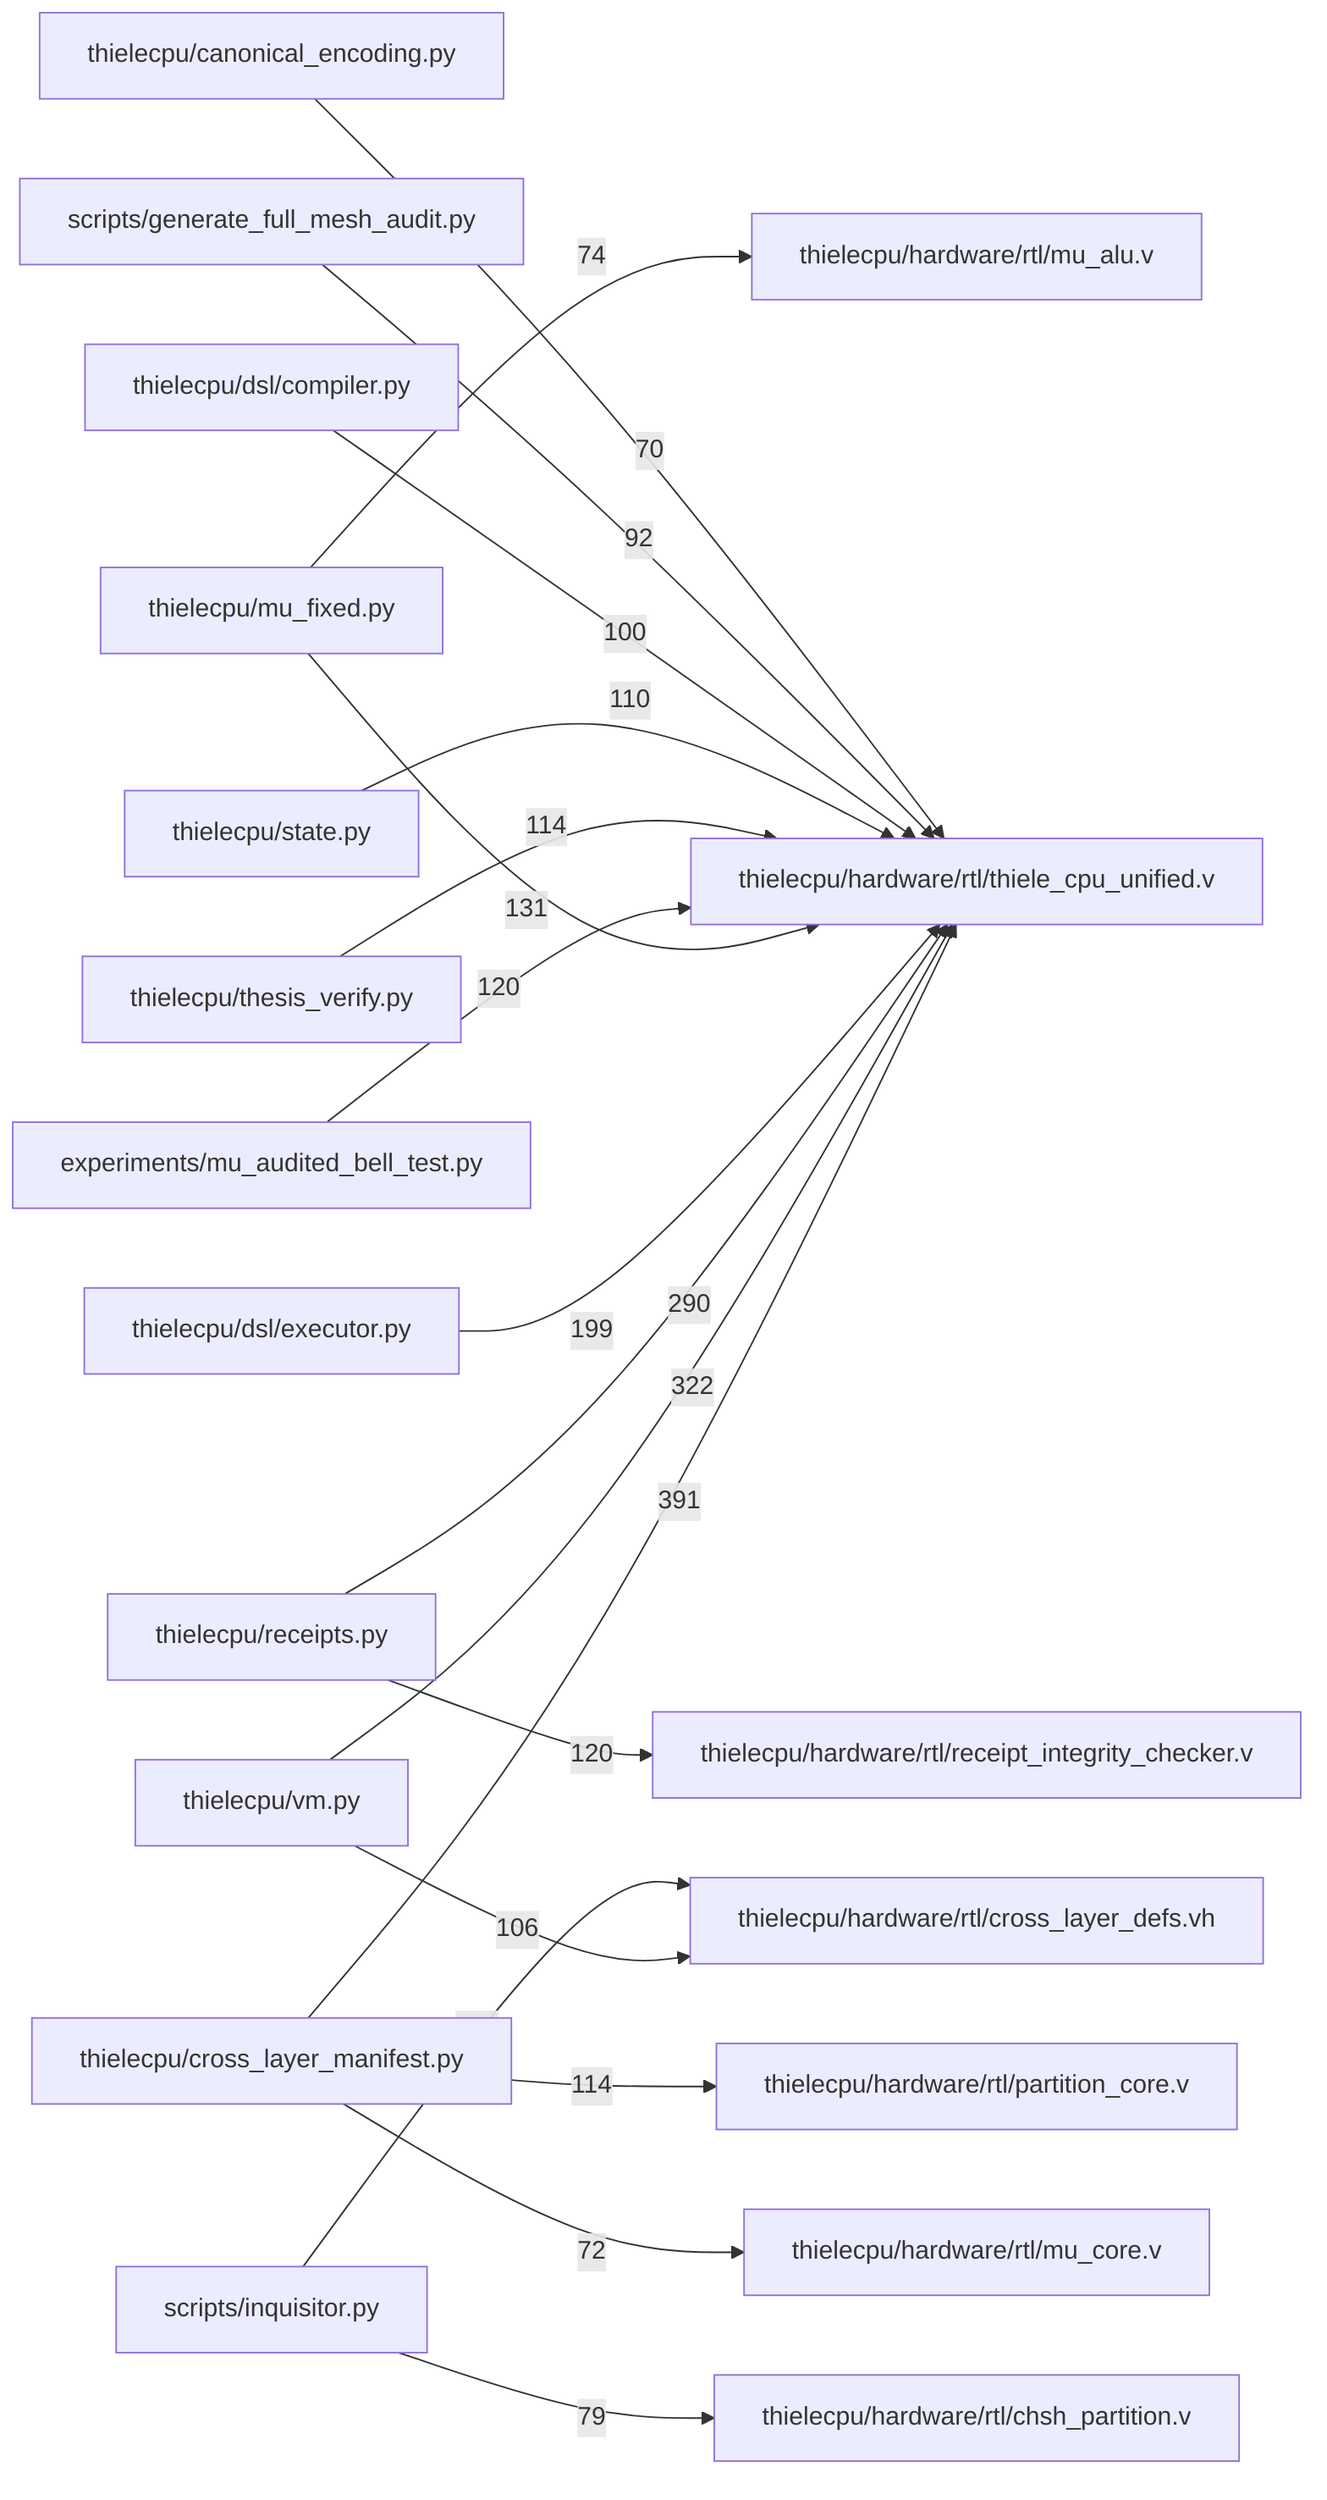
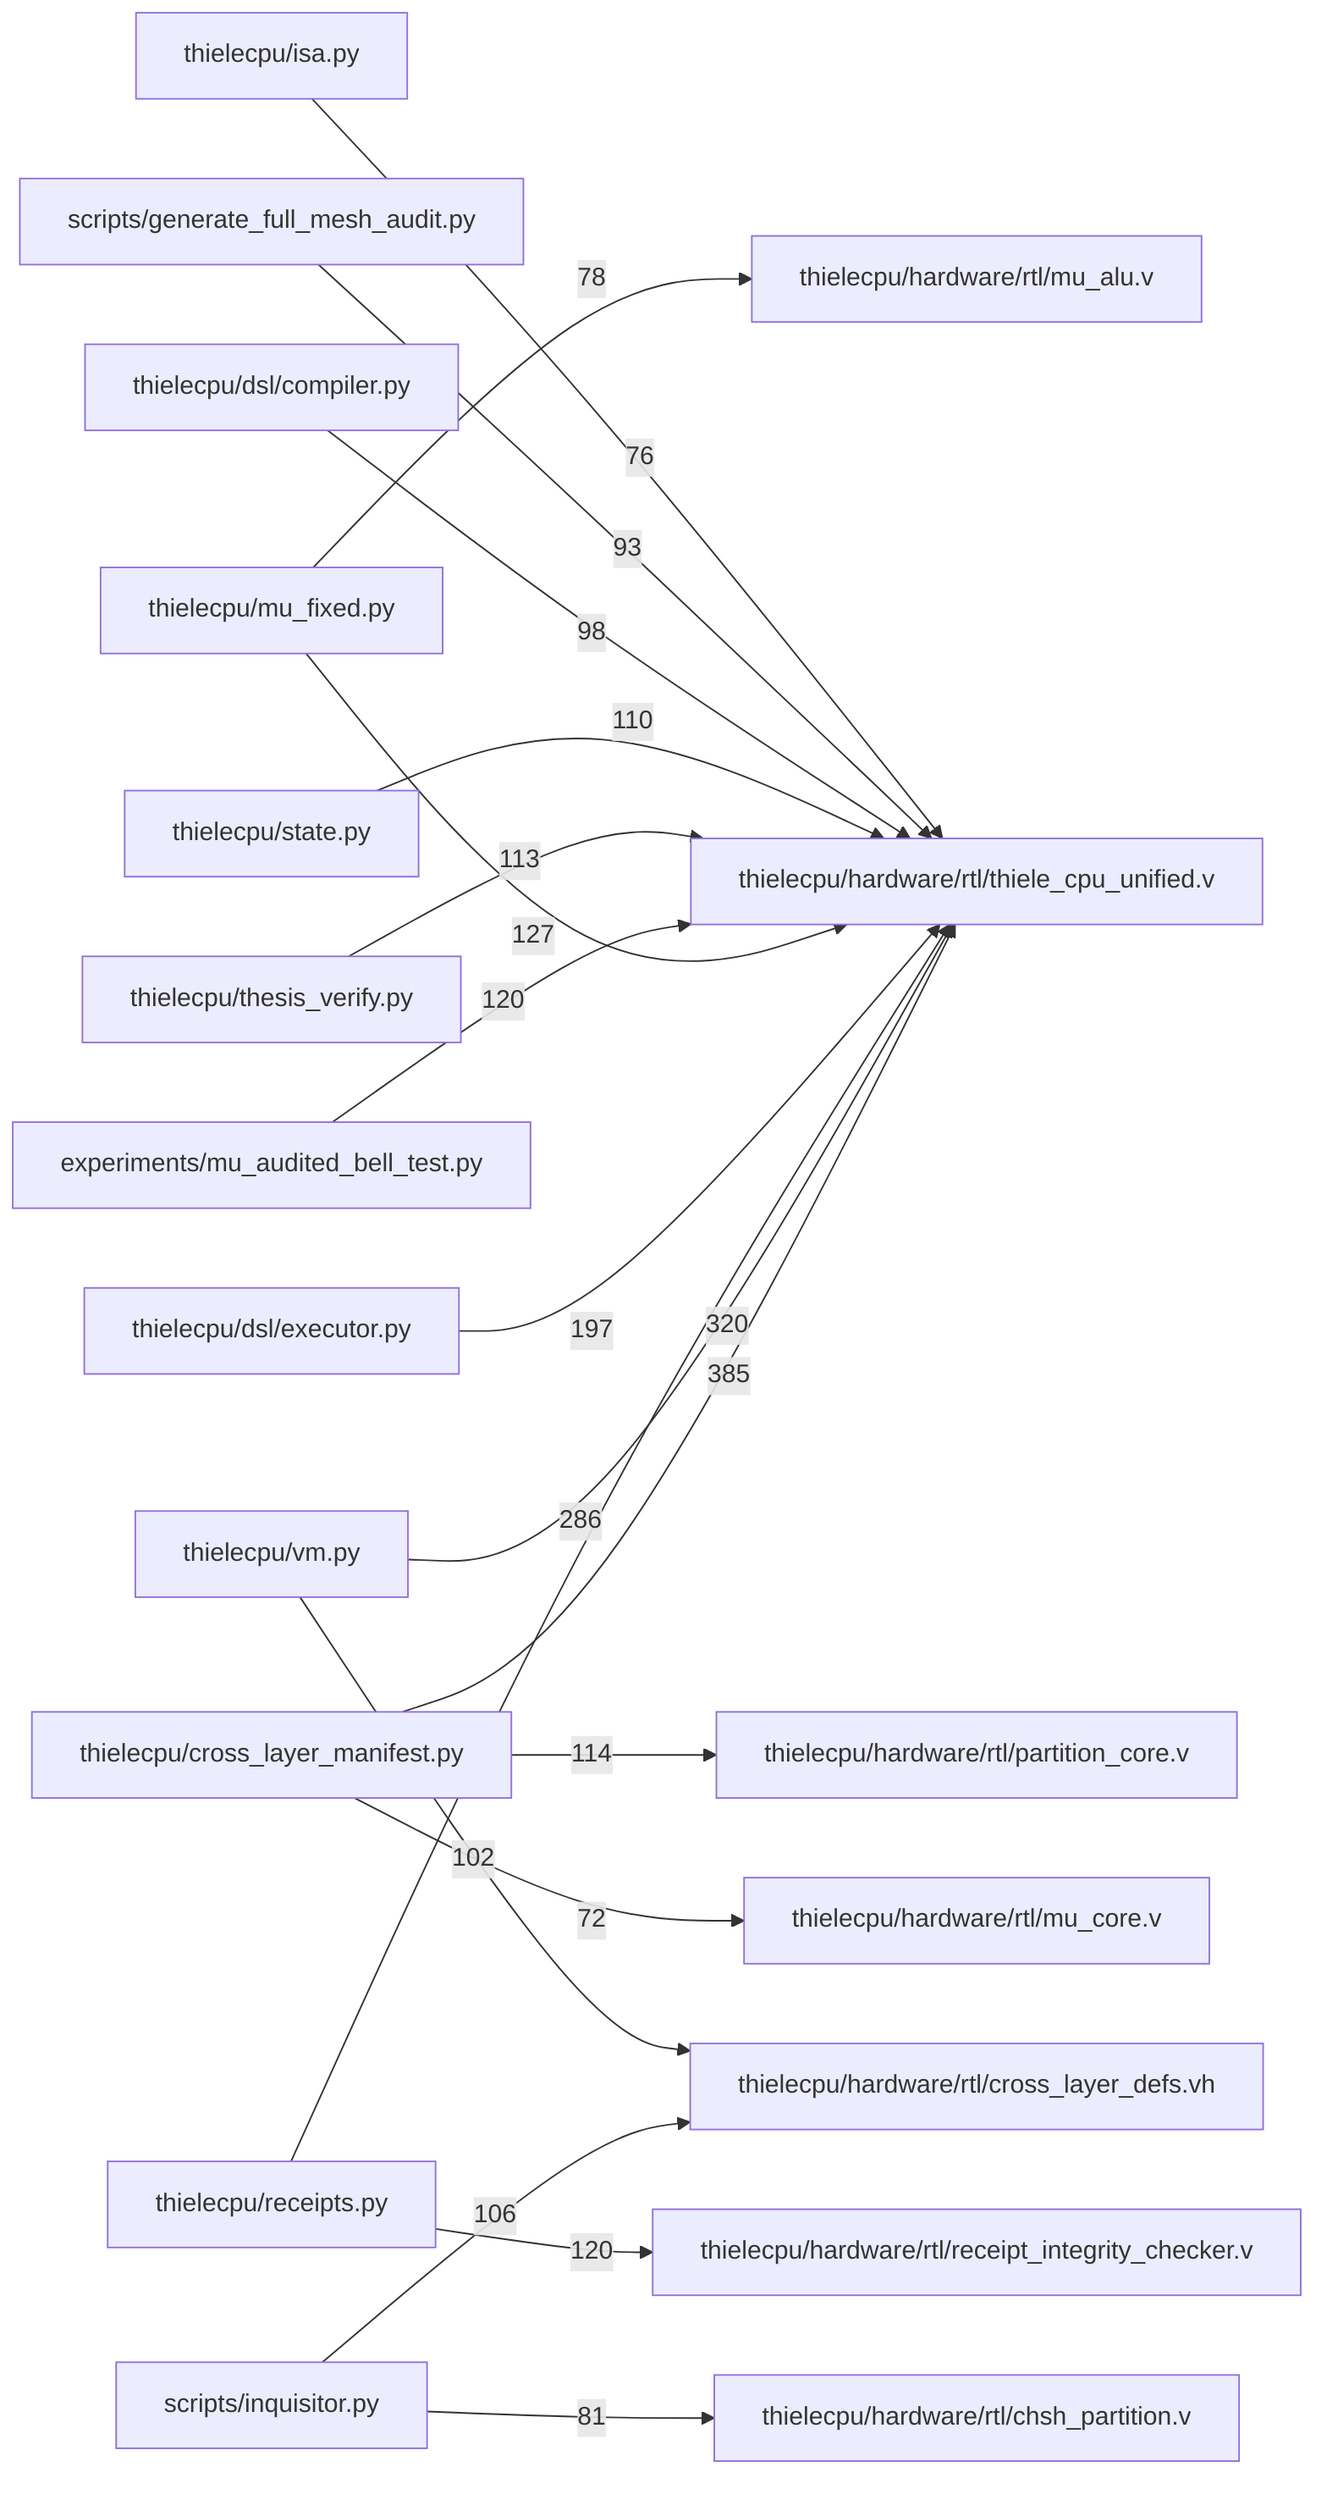
flowchart LR
  X1["thielecpu/cross_layer_manifest.py"]
  X2["thielecpu/hardware/rtl/thiele_cpu_unified.v"]
-   X1 -->|391| X2
+   X1 -->|385| X2
  X3["thielecpu/vm.py"]
  X2["thielecpu/hardware/rtl/thiele_cpu_unified.v"]
-   X3 -->|322| X2
+   X3 -->|320| X2
  X4["thielecpu/receipts.py"]
  X2["thielecpu/hardware/rtl/thiele_cpu_unified.v"]
-   X4 -->|290| X2
+   X4 -->|286| X2
  X5["thielecpu/dsl/executor.py"]
  X2["thielecpu/hardware/rtl/thiele_cpu_unified.v"]
-   X5 -->|199| X2
+   X5 -->|197| X2
  X6["thielecpu/mu_fixed.py"]
  X2["thielecpu/hardware/rtl/thiele_cpu_unified.v"]
-   X6 -->|131| X2
+   X6 -->|127| X2
  X7["experiments/mu_audited_bell_test.py"]
  X2["thielecpu/hardware/rtl/thiele_cpu_unified.v"]
  X7 -->|120| X2
  X4["thielecpu/receipts.py"]
  X8["thielecpu/hardware/rtl/receipt_integrity_checker.v"]
  X4 -->|120| X8
  X1["thielecpu/cross_layer_manifest.py"]
  X9["thielecpu/hardware/rtl/partition_core.v"]
  X1 -->|114| X9
  X10["thielecpu/thesis_verify.py"]
  X2["thielecpu/hardware/rtl/thiele_cpu_unified.v"]
-   X10 -->|114| X2
+   X10 -->|113| X2
  X11["thielecpu/state.py"]
  X2["thielecpu/hardware/rtl/thiele_cpu_unified.v"]
  X11 -->|110| X2
+   X12["scripts/inquisitor.py"]
+   X13["thielecpu/hardware/rtl/cross_layer_defs.vh"]
+   X12 -->|106| X13
  X3["thielecpu/vm.py"]
-   X12["thielecpu/hardware/rtl/cross_layer_defs.vh"]
-   X3 -->|106| X12
-   X13["scripts/inquisitor.py"]
-   X12["thielecpu/hardware/rtl/cross_layer_defs.vh"]
-   X13 -->|102| X12
+   X13["thielecpu/hardware/rtl/cross_layer_defs.vh"]
+   X3 -->|102| X13
  X14["thielecpu/dsl/compiler.py"]
  X2["thielecpu/hardware/rtl/thiele_cpu_unified.v"]
-   X14 -->|100| X2
+   X14 -->|98| X2
  X15["scripts/generate_full_mesh_audit.py"]
  X2["thielecpu/hardware/rtl/thiele_cpu_unified.v"]
-   X15 -->|92| X2
-   X13["scripts/inquisitor.py"]
+   X15 -->|93| X2
+   X12["scripts/inquisitor.py"]
  X16["thielecpu/hardware/rtl/chsh_partition.v"]
-   X13 -->|79| X16
+   X12 -->|81| X16
  X6["thielecpu/mu_fixed.py"]
  X17["thielecpu/hardware/rtl/mu_alu.v"]
-   X6 -->|74| X17
+   X6 -->|78| X17
+   X18["thielecpu/isa.py"]
+   X2["thielecpu/hardware/rtl/thiele_cpu_unified.v"]
+   X18 -->|76| X2
  X1["thielecpu/cross_layer_manifest.py"]
-   X18["thielecpu/hardware/rtl/mu_core.v"]
-   X1 -->|72| X18
-   X19["thielecpu/canonical_encoding.py"]
-   X2["thielecpu/hardware/rtl/thiele_cpu_unified.v"]
-   X19 -->|70| X2
+   X19["thielecpu/hardware/rtl/mu_core.v"]
+   X1 -->|72| X19
